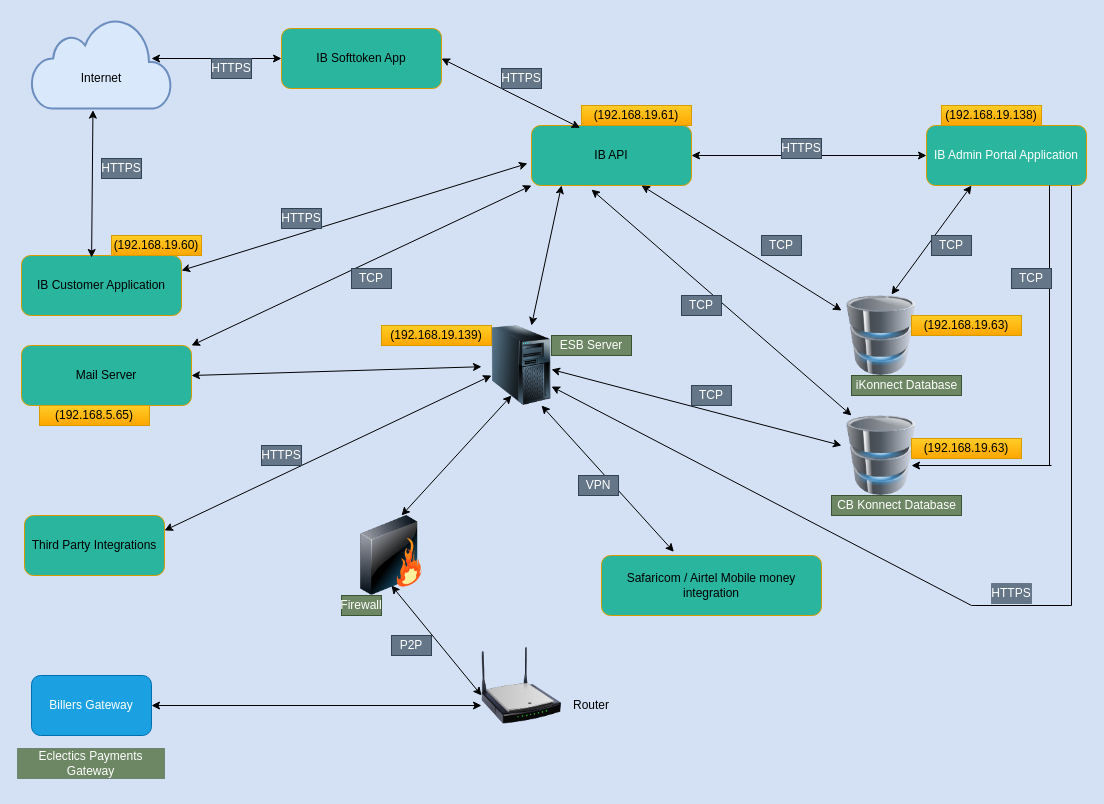
This is iKonnect Architecture Diagram.drawio from embula/org-mydiagrams, a draw.io file, before an edit. Source tidied: cells renumbered, new cells numbered last; positions are measured from the earlier drawing's top-left corner, leaving out a move shared by most shapes. Both pictures are drawn from the tidied source at 100%, with x=0, y=0 at pixel (17, 18).
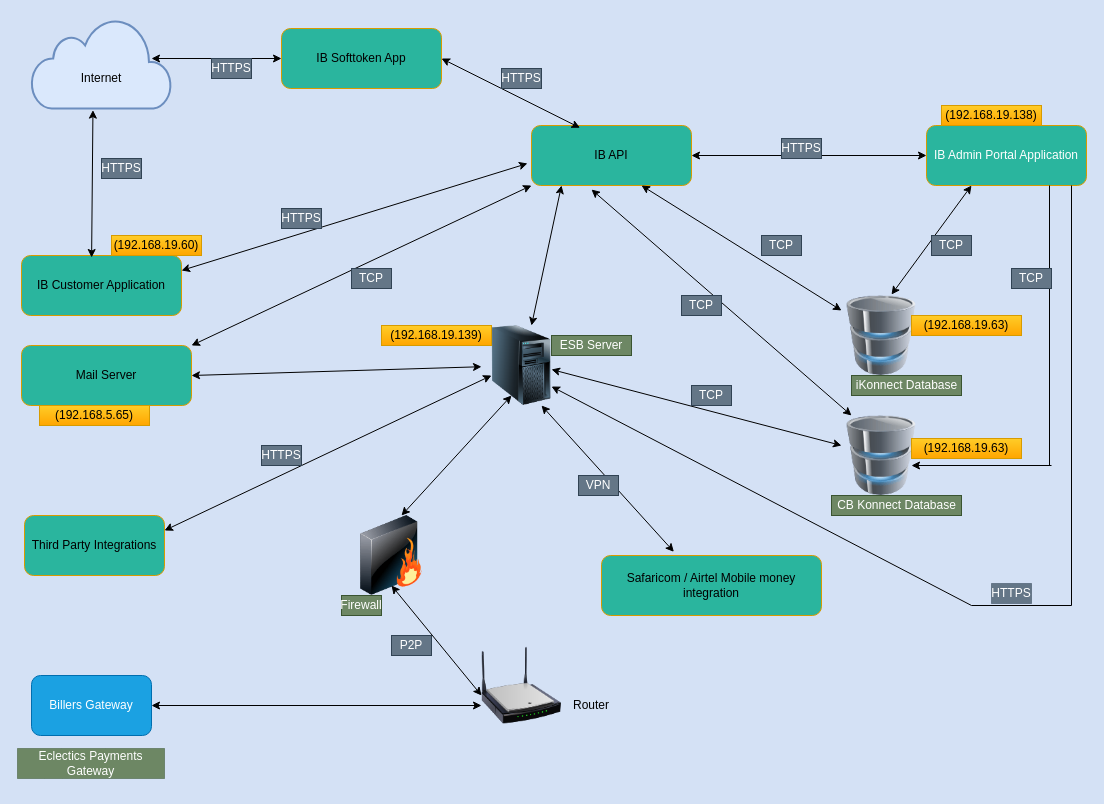
After the change.

Commit message:
iKonnect Architecture Diagram - No IPs.drawio

What changed in the source:
```diff
@@
-    <mxCell id="51" value="(192.168.19.61)" style="text;html=1;strokeColor=#d79b00;fillColor=#ffcd28;align=center;verticalAlign=middle;whiteSpace=wrap;rounded=0;gradientColor=#ffa500;" parent="1" vertex="1">
-      <mxGeometry x="564" y="87" width="110" height="20" as="geometry" />
-    </mxCell>
```
